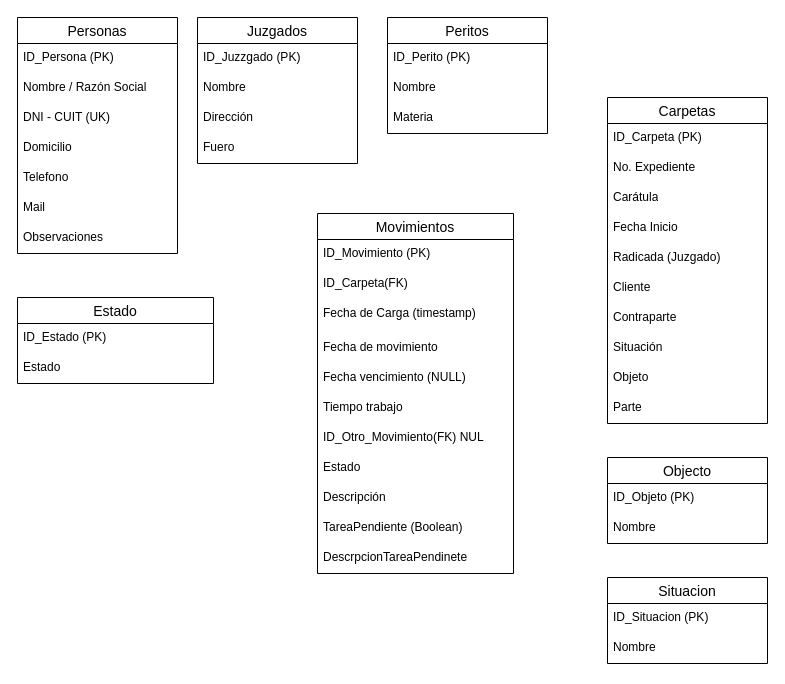
Before: Diagrama de casos de uso abogados.drawio in gcrysuk/Proyecto_abogados, a draw.io diagram. Source tidied: cells renumbered, new cells numbered last; positions are measured from the earlier drawing's top-left corner, leaving out a move shared by most shapes. Both pictures are drawn from the tidied source at 100%, with x=0, y=0 at pixel (17, 17).
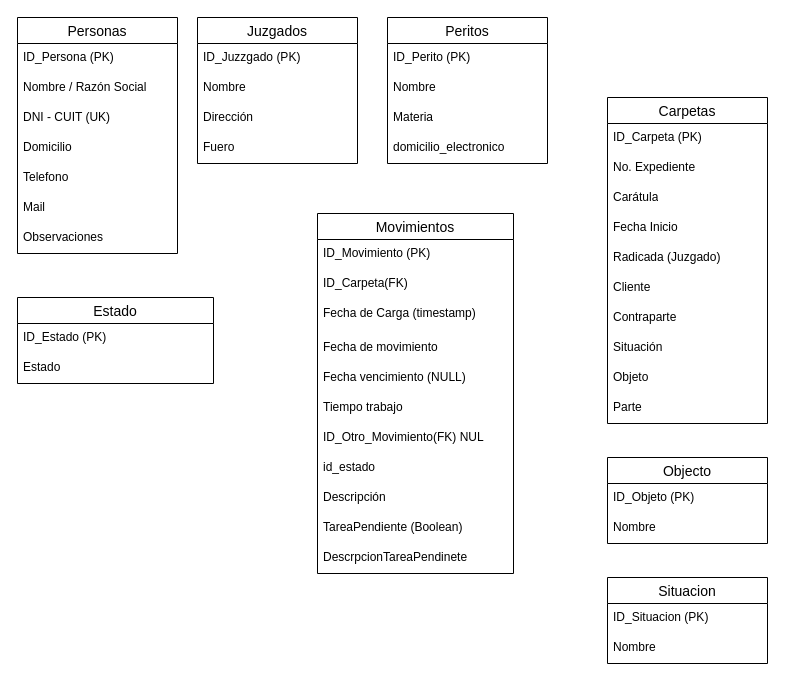
The same diagram, later.

The change refers to these unchanged cells:
```xml
<mxCell id="30" value="Movimientos" style="swimlane;fontStyle=0;horizontal=1;startSize=26;align=center;fontSize=14;" parent="1" vertex="1">
  <mxGeometry x="300" y="196" width="196" height="360" as="geometry" />
</mxCell>
```

What changed in the source:
```diff
@@
     <mxCell id="15" value="Peritos" style="swimlane;fontStyle=0;horizontal=1;startSize=26;align=center;fontSize=14;" parent="1" vertex="1">
-      <mxGeometry x="370" width="160" height="116" as="geometry" />
+      <mxGeometry x="370" width="160" height="146" as="geometry" />
     </mxCell>
@@
+    <mxCell id="51" value="Materia" style="text;strokeColor=none;fillColor=none;spacingLeft=4;spacingRight=4;overflow=hidden;fontSize=12;whiteSpace=wrap;html=1;" parent="15" vertex="1">
+      <mxGeometry y="86" width="160" height="30" as="geometry" />
+    </mxCell>
-    <mxCell id="18" value="Materia" style="text;strokeColor=none;fillColor=none;spacingLeft=4;spacingRight=4;overflow=hidden;fontSize=12;whiteSpace=wrap;html=1;" parent="15" vertex="1">
-      <mxGeometry y="86" width="160" height="30" as="geometry" />
+    <mxCell id="18" value="domicilio_electronico" style="text;strokeColor=none;fillColor=none;spacingLeft=4;spacingRight=4;overflow=hidden;fontSize=12;whiteSpace=wrap;html=1;" parent="15" vertex="1">
+      <mxGeometry y="116" width="160" height="30" as="geometry" />
     </mxCell>
@@
-    <mxCell id="38" value="Estado" style="text;strokeColor=none;fillColor=none;spacingLeft=4;spacingRight=4;overflow=hidden;fontSize=12;whiteSpace=wrap;html=1;" parent="30" vertex="1">
+    <mxCell id="38" value="id_estado" style="text;strokeColor=none;fillColor=none;spacingLeft=4;spacingRight=4;overflow=hidden;fontSize=12;whiteSpace=wrap;html=1;" parent="30" vertex="1">
       <mxGeometry y="240" width="196" height="30" as="geometry" />
     </mxCell>
```
